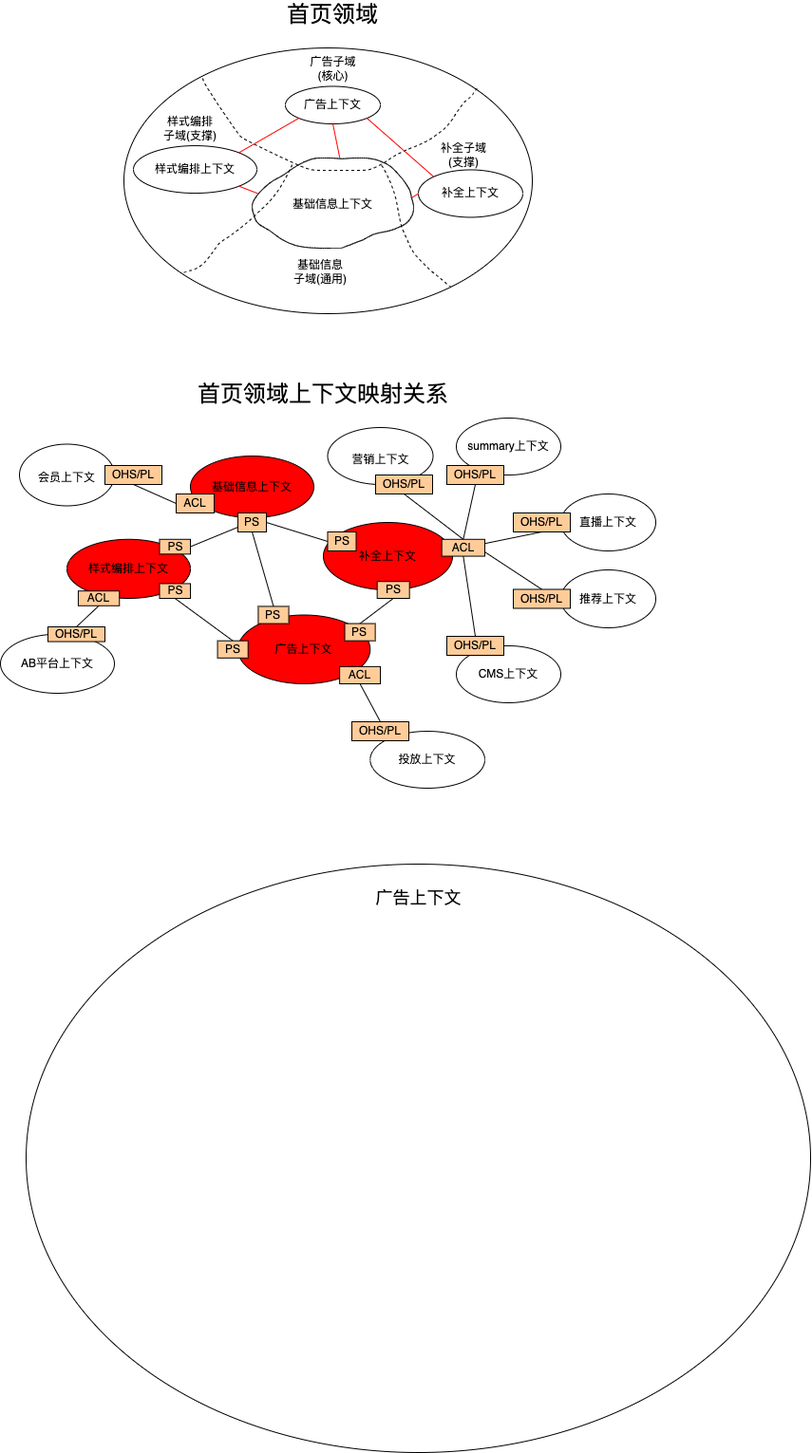
This is 领域图.png from Ant-dong/images, a draw.io export, as it was before one commit. Source tidied: cells renumbered, new cells last; positions are measured from the earlier drawing's top-left corner, leaving out a move shared by most shapes.
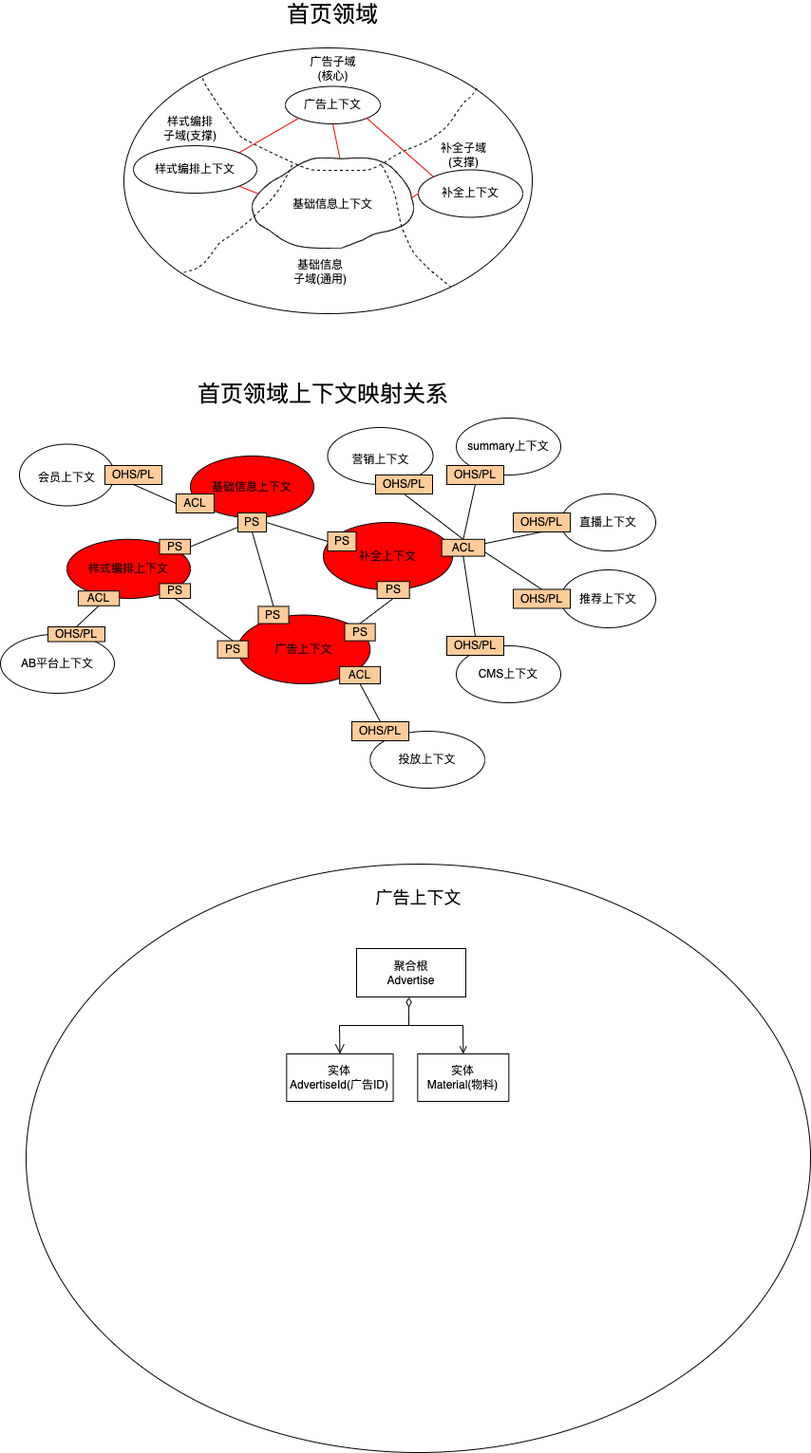
Above is the later version.

Commit message:
更新领域图.png

What changed in the source:
```diff
@@ -227,5 +227,30 @@
     <mxCell id="76" value="OHS/PL" style="rounded=0;whiteSpace=wrap;html=1;fontSize=12;fillColor=#FFCC99;" parent="74" vertex="1">
       <mxGeometry width="60" height="20" as="geometry" />
     </mxCell>
+    <mxCell id="77" value="聚合根&lt;br&gt;Advertise" style="rounded=0;whiteSpace=wrap;html=1;fontSize=12;strokeColor=#000000;fillColor=#FFFFFF;" parent="1" vertex="1">
+      <mxGeometry x="375" y="999" width="115" height="51" as="geometry" />
+    </mxCell>
+    <mxCell id="78" style="endArrow=open;startArrow=diamondThin;endFill=0;startFill=0;html=1;verticalAlign=bottom;labelBackgroundColor=none;strokeWidth=1;startSize=8;endSize=8;rounded=0;fontSize=12;exitX=0.488;exitY=0.226;exitDx=0;exitDy=0;exitPerimeter=0;entryX=0.5;entryY=0;entryDx=0;entryDy=0;" parent="1" edge="1" source="30" target="79">
+      <mxGeometry relative="1" as="geometry">
+        <Array as="points">
+          <mxPoint x="430" y="1080" />
+          <mxPoint x="357" y="1080" />
+        </Array>
+      </mxGeometry>
+    </mxCell>
+    <mxCell id="79" value="实体&lt;br&gt;AdvertiseId(广告ID)" style="rounded=0;whiteSpace=wrap;html=1;fontSize=12;strokeColor=#000000;fillColor=#FFFFFF;" parent="1" vertex="1">
+      <mxGeometry x="301.3" y="1110" width="112.2" height="50" as="geometry" />
+    </mxCell>
+    <mxCell id="80" style="endArrow=open;html=1;rounded=0;fontSize=12;entryX=0.5;entryY=0;entryDx=0;entryDy=0;" parent="1" edge="1" target="81">
+      <mxGeometry relative="1" as="geometry">
+        <mxPoint x="430" y="1080" as="sourcePoint" />
+        <Array as="points">
+          <mxPoint x="487" y="1080" />
+        </Array>
+      </mxGeometry>
+    </mxCell>
+    <mxCell id="81" value="实体&lt;br&gt;Material(物料)" style="rounded=0;whiteSpace=wrap;html=1;fontSize=12;strokeColor=#000000;fillColor=#FFFFFF;" parent="1" vertex="1">
+      <mxGeometry x="439.3" y="1110" width="96" height="50" as="geometry" />
+    </mxCell>
   </root>
 </mxGraphModel>
```
